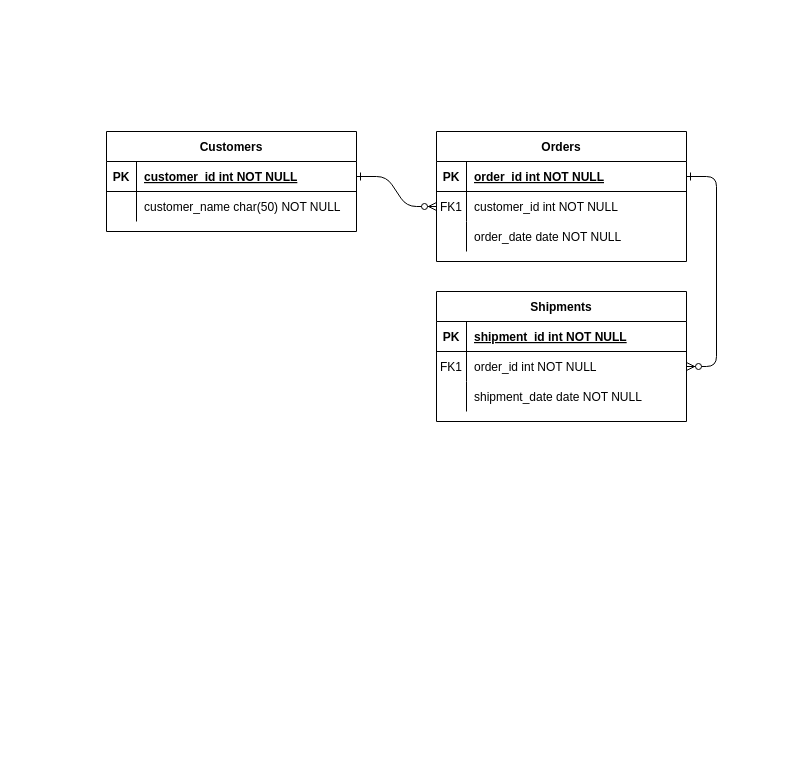
Before: Untitled Diagram.drawio in Emindu/dev_short_cut, a draw.io diagram. Source tidied: cells renumbered, new cells numbered last; positions are measured from the earlier drawing's top-left corner, leaving out a move shared by most shapes. Both pictures are drawn from the tidied source at 100%, with x=0, y=0 at pixel (106, 131).
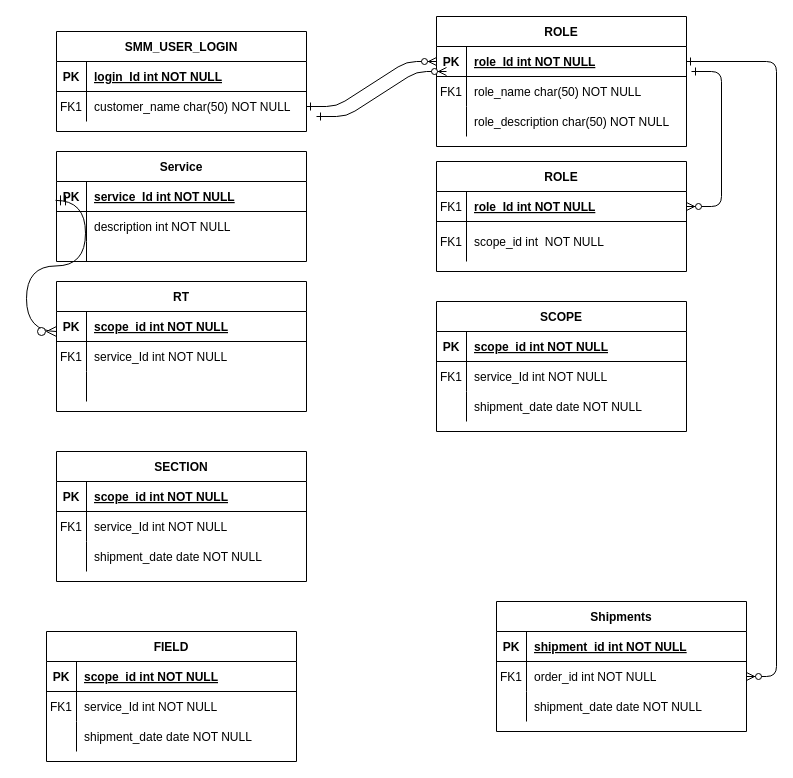
After the change.

Unchanged cells that the change refers to:
```xml
<mxCell id="5" style="shape=partialRectangle;fillColor=none;points=[[0,0.5],[1,0.5]];portConstraint=eastwest;top=0;left=0;right=0;bottom=1;" parent="4" vertex="1">
  <mxGeometry y="30" width="250" height="30" as="geometry" />
</mxCell>
<mxCell id="8" style="shape=partialRectangle;fillColor=none;points=[[0,0.5],[1,0.5]];portConstraint=eastwest;top=0;left=0;right=0;bottom=0;" parent="4" vertex="1">
  <mxGeometry y="60" width="250" height="30" as="geometry" />
</mxCell>
<mxCell id="11" style="shape=partialRectangle;fillColor=none;top=0;left=0;right=0;bottom=0;" parent="4" vertex="1">
  <mxGeometry y="90" width="250" height="30" as="geometry" />
</mxCell>
<mxCell id="25" style="shape=partialRectangle;fillColor=none;points=[[0,0.5],[1,0.5]];portConstraint=eastwest;top=0;left=0;right=0;bottom=1;" parent="24" vertex="1">
  <mxGeometry y="30" width="250" height="30" as="geometry" />
</mxCell>
<mxCell id="28" style="shape=partialRectangle;fillColor=none;points=[[0,0.5],[1,0.5]];portConstraint=eastwest;top=0;left=0;right=0;bottom=0;" parent="24" vertex="1">
  <mxGeometry y="60" width="250" height="30" as="geometry" />
</mxCell>
```

Change to the diagram source:
```diff
@@
-    <mxCell id="2" style="edgeStyle=entityRelationEdgeStyle;endArrow=ERzeroToMany;startArrow=ERone;endFill=1;startFill=0;" parent="1" edge="1" source="25" target="8">
+    <mxCell id="2" style="edgeStyle=entityRelationEdgeStyle;endArrow=ERzeroToMany;startArrow=ERone;endFill=1;startFill=0;exitX=1;exitY=0.5;exitDx=0;exitDy=0;entryX=0;entryY=0.5;entryDx=0;entryDy=0;" parent="1" edge="1" source="28" target="5">
       <mxGeometry relative="1" as="geometry" />
     </mxCell>
@@
-    <mxCell id="4" value="Orders" style="shape=table;startSize=30;childLayout=tableLayout;rowLines=0;fontStyle=1;align=center;" parent="1" vertex="1">
-      <mxGeometry x="330" width="250" height="130" as="geometry" />
+    <mxCell id="4" value="ROLE" style="shape=table;startSize=30;childLayout=tableLayout;rowLines=0;fontStyle=1;align=center;" parent="1" vertex="1">
+      <mxGeometry x="330" y="-115" width="250" height="130" as="geometry" />
     </mxCell>
@@
-    <mxCell id="7" value="order_id int NOT NULL " style="shape=partialRectangle;overflow=hidden;fillColor=none;top=0;left=0;bottom=0;right=0;align=left;spacingLeft=6;fontStyle=5;" parent="5" vertex="1">
+    <mxCell id="7" value="role_Id int NOT NULL " style="shape=partialRectangle;overflow=hidden;fillColor=none;top=0;left=0;bottom=0;right=0;align=left;spacingLeft=6;fontStyle=5;" parent="5" vertex="1">
       <mxGeometry x="30" width="220" height="30" as="geometry" />
     </mxCell>
@@
-    <mxCell id="10" value="customer_id int NOT NULL" style="shape=partialRectangle;overflow=hidden;fillColor=none;top=0;left=0;bottom=0;right=0;align=left;spacingLeft=6;" parent="8" vertex="1">
+    <mxCell id="10" value="role_name char(50) NOT NULL" style="shape=partialRectangle;overflow=hidden;fillColor=none;top=0;left=0;bottom=0;right=0;align=left;spacingLeft=6;" parent="8" vertex="1">
       <mxGeometry x="30" width="220" height="30" as="geometry" />
     </mxCell>
@@
-    <mxCell id="13" value="order_date date NOT NULL" style="shape=partialRectangle;overflow=hidden;fillColor=none;top=0;left=0;bottom=0;right=0;align=left;spacingLeft=6;" parent="11" vertex="1">
+    <mxCell id="13" value="role_description char(50) NOT NULL" style="shape=partialRectangle;overflow=hidden;fillColor=none;top=0;left=0;bottom=0;right=0;align=left;spacingLeft=6;" parent="11" vertex="1">
       <mxGeometry x="30" width="220" height="30" as="geometry" />
     </mxCell>
     <mxCell id="14" value="Shipments" style="shape=table;startSize=30;childLayout=tableLayout;rowLines=0;fontStyle=1;align=center;" parent="1" vertex="1">
-      <mxGeometry x="330" y="160" width="250" height="130" as="geometry" />
+      <mxGeometry x="390" y="470" width="250" height="130" as="geometry" />
     </mxCell>
@@
-    <mxCell id="24" value="Customers" style="shape=table;startSize=30;childLayout=tableLayout;rowLines=0;fontStyle=1;align=center;" parent="1" vertex="1">
-      <mxGeometry width="250" height="100" as="geometry" />
+    <mxCell id="24" value="SMM_USER_LOGIN" style="shape=table;startSize=30;childLayout=tableLayout;rowLines=0;fontStyle=1;align=center;" parent="1" vertex="1">
+      <mxGeometry x="-50" y="-100" width="250" height="100" as="geometry" />
     </mxCell>
@@
-    <mxCell id="27" value="customer_id int NOT NULL " style="shape=partialRectangle;overflow=hidden;fillColor=none;top=0;left=0;bottom=0;right=0;align=left;spacingLeft=6;fontStyle=5;" parent="25" vertex="1">
+    <mxCell id="27" value="login_Id int NOT NULL " style="shape=partialRectangle;overflow=hidden;fillColor=none;top=0;left=0;bottom=0;right=0;align=left;spacingLeft=6;fontStyle=5;" parent="25" vertex="1">
       <mxGeometry x="30" width="220" height="30" as="geometry" />
     </mxCell>
@@
+    <mxCell id="31" value="SCOPE" style="shape=table;startSize=30;childLayout=tableLayout;rowLines=0;fontStyle=1;align=center;" parent="1" vertex="1">
+      <mxGeometry x="330" y="170" width="250" height="130" as="geometry" />
+    </mxCell>
+    <mxCell id="32" style="shape=partialRectangle;fillColor=none;top=0;left=0;right=0;bottom=1;" parent="31" vertex="1">
+      <mxGeometry y="30" width="250" height="30" as="geometry" />
+    </mxCell>
+    <mxCell id="33" value="PK" style="shape=partialRectangle;overflow=hidden;fillColor=none;top=0;left=0;bottom=0;right=0;fontStyle=1;" parent="32" vertex="1">
+      <mxGeometry width="30" height="30" as="geometry" />
+    </mxCell>
+    <mxCell id="34" value="scope_id int NOT NULL " style="shape=partialRectangle;overflow=hidden;fillColor=none;top=0;left=0;bottom=0;right=0;align=left;spacingLeft=6;fontStyle=5;" parent="32" vertex="1">
+      <mxGeometry x="30" width="220" height="30" as="geometry" />
+    </mxCell>
+    <mxCell id="35" style="shape=partialRectangle;fillColor=none;top=0;left=0;right=0;bottom=0;" parent="31" vertex="1">
+      <mxGeometry y="60" width="250" height="30" as="geometry" />
+    </mxCell>
+    <mxCell id="36" value="FK1" style="shape=partialRectangle;overflow=hidden;fillColor=none;top=0;left=0;bottom=0;right=0;" parent="35" vertex="1">
+      <mxGeometry width="30" height="30" as="geometry" />
+    </mxCell>
+    <mxCell id="37" value="service_Id int NOT NULL" style="shape=partialRectangle;overflow=hidden;fillColor=none;top=0;left=0;bottom=0;right=0;align=left;spacingLeft=6;" parent="35" vertex="1">
+      <mxGeometry x="30" width="220" height="30" as="geometry" />
+    </mxCell>
+    <mxCell id="38" style="shape=partialRectangle;fillColor=none;top=0;left=0;right=0;bottom=0;" parent="31" vertex="1">
+      <mxGeometry y="90" width="250" height="30" as="geometry" />
+    </mxCell>
+    <mxCell id="39" style="shape=partialRectangle;overflow=hidden;fillColor=none;top=0;left=0;bottom=0;right=0;" parent="38" vertex="1">
+      <mxGeometry width="30" height="30" as="geometry" />
+    </mxCell>
+    <mxCell id="40" value="shipment_date date NOT NULL" style="shape=partialRectangle;overflow=hidden;fillColor=none;top=0;left=0;bottom=0;right=0;align=left;spacingLeft=6;" parent="38" vertex="1">
+      <mxGeometry x="30" width="220" height="30" as="geometry" />
+    </mxCell>
+    <mxCell id="41" value="FK1" style="shape=partialRectangle;overflow=hidden;fillColor=none;top=0;left=0;bottom=0;right=0;" parent="1" vertex="1">
+      <mxGeometry x="-50" y="-40" width="30" height="30" as="geometry" />
+    </mxCell>
+    <mxCell id="42" value="ROLE" style="shape=table;startSize=30;childLayout=tableLayout;rowLines=0;fontStyle=1;align=center;" parent="1" vertex="1">
+      <mxGeometry x="330" y="30" width="250" height="110" as="geometry" />
+    </mxCell>
+    <mxCell id="43" style="shape=partialRectangle;fillColor=none;points=[[0,0.5],[1,0.5]];portConstraint=eastwest;top=0;left=0;right=0;bottom=1;" parent="42" vertex="1">
+      <mxGeometry y="30" width="250" height="30" as="geometry" />
+    </mxCell>
+    <mxCell id="44" style="shape=partialRectangle;overflow=hidden;fillColor=none;top=0;left=0;bottom=0;right=0;fontStyle=1;" parent="43" vertex="1">
+      <mxGeometry width="30" height="30" as="geometry" />
+    </mxCell>
+    <mxCell id="45" value="role_Id int NOT NULL " style="shape=partialRectangle;overflow=hidden;fillColor=none;top=0;left=0;bottom=0;right=0;align=left;spacingLeft=6;fontStyle=5;" parent="43" vertex="1">
+      <mxGeometry x="30" width="220" height="30" as="geometry" />
+    </mxCell>
+    <mxCell id="46" style="shape=partialRectangle;fillColor=none;top=0;left=0;right=0;bottom=0;" parent="42" vertex="1">
+      <mxGeometry y="60" width="250" height="40" as="geometry" />
+    </mxCell>
+    <mxCell id="47" value="FK1" style="shape=partialRectangle;overflow=hidden;fillColor=none;top=0;left=0;bottom=0;right=0;" parent="46" vertex="1">
+      <mxGeometry width="30" height="40" as="geometry" />
+    </mxCell>
+    <mxCell id="48" value="scope_id int  NOT NULL" style="shape=partialRectangle;overflow=hidden;fillColor=none;top=0;left=0;bottom=0;right=0;align=left;spacingLeft=6;" parent="46" vertex="1">
+      <mxGeometry x="30" width="220" height="40" as="geometry" />
+    </mxCell>
+    <mxCell id="49" value="FK1" style="shape=partialRectangle;overflow=hidden;fillColor=none;top=0;left=0;bottom=0;right=0;" parent="1" vertex="1">
+      <mxGeometry x="330" y="60" width="30" height="30" as="geometry" />
+    </mxCell>
+    <mxCell id="50" style="edgeStyle=entityRelationEdgeStyle;endArrow=ERzeroToMany;startArrow=ERone;endFill=1;startFill=0;entryX=1;entryY=0.5;entryDx=0;entryDy=0;" parent="1" edge="1" target="43">
+      <mxGeometry relative="1" as="geometry">
+        <mxPoint x="585" y="-60" as="sourcePoint" />
+        <Array as="points">
+          <mxPoint x="275" />
+          <mxPoint x="455" y="40" />
+          <mxPoint x="475" y="40" />
+        </Array>
+      </mxGeometry>
+    </mxCell>
+    <mxCell id="51" value="SECTION" style="shape=table;startSize=30;childLayout=tableLayout;rowLines=0;fontStyle=1;align=center;" parent="1" vertex="1">
+      <mxGeometry x="-50" y="320" width="250" height="130" as="geometry" />
+    </mxCell>
+    <mxCell id="52" style="shape=partialRectangle;fillColor=none;top=0;left=0;right=0;bottom=1;" parent="51" vertex="1">
+      <mxGeometry y="30" width="250" height="30" as="geometry" />
+    </mxCell>
+    <mxCell id="53" value="PK" style="shape=partialRectangle;overflow=hidden;fillColor=none;top=0;left=0;bottom=0;right=0;fontStyle=1;" parent="52" vertex="1">
+      <mxGeometry width="30" height="30" as="geometry" />
+    </mxCell>
+    <mxCell id="54" value="scope_id int NOT NULL " style="shape=partialRectangle;overflow=hidden;fillColor=none;top=0;left=0;bottom=0;right=0;align=left;spacingLeft=6;fontStyle=5;" parent="52" vertex="1">
+      <mxGeometry x="30" width="220" height="30" as="geometry" />
+    </mxCell>
+    <mxCell id="55" style="shape=partialRectangle;fillColor=none;top=0;left=0;right=0;bottom=0;" parent="51" vertex="1">
+      <mxGeometry y="60" width="250" height="30" as="geometry" />
+    </mxCell>
+    <mxCell id="56" value="FK1" style="shape=partialRectangle;overflow=hidden;fillColor=none;top=0;left=0;bottom=0;right=0;" parent="55" vertex="1">
+      <mxGeometry width="30" height="30" as="geometry" />
+    </mxCell>
+    <mxCell id="57" value="service_Id int NOT NULL" style="shape=partialRectangle;overflow=hidden;fillColor=none;top=0;left=0;bottom=0;right=0;align=left;spacingLeft=6;" parent="55" vertex="1">
+      <mxGeometry x="30" width="220" height="30" as="geometry" />
+    </mxCell>
+    <mxCell id="58" style="shape=partialRectangle;fillColor=none;top=0;left=0;right=0;bottom=0;" parent="51" vertex="1">
+      <mxGeometry y="90" width="250" height="30" as="geometry" />
+    </mxCell>
+    <mxCell id="59" style="shape=partialRectangle;overflow=hidden;fillColor=none;top=0;left=0;bottom=0;right=0;" parent="58" vertex="1">
+      <mxGeometry width="30" height="30" as="geometry" />
+    </mxCell>
+    <mxCell id="60" value="shipment_date date NOT NULL" style="shape=partialRectangle;overflow=hidden;fillColor=none;top=0;left=0;bottom=0;right=0;align=left;spacingLeft=6;" parent="58" vertex="1">
+      <mxGeometry x="30" width="220" height="30" as="geometry" />
+    </mxCell>
+    <mxCell id="61" value="FIELD" style="shape=table;startSize=30;childLayout=tableLayout;rowLines=0;fontStyle=1;align=center;" parent="1" vertex="1">
+      <mxGeometry x="-60" y="500" width="250" height="130" as="geometry" />
+    </mxCell>
+    <mxCell id="62" style="shape=partialRectangle;fillColor=none;top=0;left=0;right=0;bottom=1;" parent="61" vertex="1">
+      <mxGeometry y="30" width="250" height="30" as="geometry" />
+    </mxCell>
+    <mxCell id="63" value="PK" style="shape=partialRectangle;overflow=hidden;fillColor=none;top=0;left=0;bottom=0;right=0;fontStyle=1;" parent="62" vertex="1">
+      <mxGeometry width="30" height="30" as="geometry" />
+    </mxCell>
+    <mxCell id="64" value="scope_id int NOT NULL " style="shape=partialRectangle;overflow=hidden;fillColor=none;top=0;left=0;bottom=0;right=0;align=left;spacingLeft=6;fontStyle=5;" parent="62" vertex="1">
+      <mxGeometry x="30" width="220" height="30" as="geometry" />
+    </mxCell>
+    <mxCell id="65" style="shape=partialRectangle;fillColor=none;top=0;left=0;right=0;bottom=0;" parent="61" vertex="1">
+      <mxGeometry y="60" width="250" height="30" as="geometry" />
+    </mxCell>
+    <mxCell id="66" value="FK1" style="shape=partialRectangle;overflow=hidden;fillColor=none;top=0;left=0;bottom=0;right=0;" parent="65" vertex="1">
+      <mxGeometry width="30" height="30" as="geometry" />
+    </mxCell>
+    <mxCell id="67" value="service_Id int NOT NULL" style="shape=partialRectangle;overflow=hidden;fillColor=none;top=0;left=0;bottom=0;right=0;align=left;spacingLeft=6;" parent="65" vertex="1">
+      <mxGeometry x="30" width="220" height="30" as="geometry" />
+    </mxCell>
+    <mxCell id="68" style="shape=partialRectangle;fillColor=none;top=0;left=0;right=0;bottom=0;" parent="61" vertex="1">
+      <mxGeometry y="90" width="250" height="30" as="geometry" />
+    </mxCell>
+    <mxCell id="69" style="shape=partialRectangle;overflow=hidden;fillColor=none;top=0;left=0;bottom=0;right=0;" parent="68" vertex="1">
+      <mxGeometry width="30" height="30" as="geometry" />
+    </mxCell>
+    <mxCell id="70" value="shipment_date date NOT NULL" style="shape=partialRectangle;overflow=hidden;fillColor=none;top=0;left=0;bottom=0;right=0;align=left;spacingLeft=6;" parent="68" vertex="1">
+      <mxGeometry x="30" width="220" height="30" as="geometry" />
+    </mxCell>
+    <mxCell id="71" value="Service" style="shape=table;startSize=30;childLayout=tableLayout;rowLines=0;fontStyle=1;align=center;" parent="1" vertex="1">
+      <mxGeometry x="-50" y="20" width="250" height="110" as="geometry" />
+    </mxCell>
+    <mxCell id="72" style="shape=partialRectangle;fillColor=none;points=[[0,0.5],[1,0.5]];portConstraint=eastwest;top=0;left=0;right=0;bottom=1;" parent="71" vertex="1">
+      <mxGeometry y="30" width="250" height="30" as="geometry" />
+    </mxCell>
+    <mxCell id="73" value="PK" style="shape=partialRectangle;overflow=hidden;fillColor=none;top=0;left=0;bottom=0;right=0;fontStyle=1;" parent="72" vertex="1">
+      <mxGeometry width="30" height="30" as="geometry" />
+    </mxCell>
+    <mxCell id="74" value="service_Id int NOT NULL " style="shape=partialRectangle;overflow=hidden;fillColor=none;top=0;left=0;bottom=0;right=0;align=left;spacingLeft=6;fontStyle=5;" parent="72" vertex="1">
+      <mxGeometry x="30" width="220" height="30" as="geometry" />
+    </mxCell>
+    <mxCell id="75" style="shape=partialRectangle;fillColor=none;top=0;left=0;right=0;bottom=0;" parent="71" vertex="1">
+      <mxGeometry y="60" width="250" height="30" as="geometry" />
+    </mxCell>
+    <mxCell id="76" style="shape=partialRectangle;overflow=hidden;fillColor=none;top=0;left=0;bottom=0;right=0;" parent="75" vertex="1">
+      <mxGeometry width="30" height="30" as="geometry" />
+    </mxCell>
+    <mxCell id="77" value="description int NOT NULL" style="shape=partialRectangle;overflow=hidden;fillColor=none;top=0;left=0;bottom=0;right=0;align=left;spacingLeft=6;" parent="75" vertex="1">
+      <mxGeometry x="30" width="220" height="30" as="geometry" />
+    </mxCell>
+    <mxCell id="78" style="shape=partialRectangle;fillColor=none;top=0;left=0;right=0;bottom=0;" parent="71" vertex="1">
+      <mxGeometry y="90" width="250" height="20" as="geometry" />
+    </mxCell>
+    <mxCell id="79" style="shape=partialRectangle;overflow=hidden;fillColor=none;top=0;left=0;bottom=0;right=0;" parent="78" vertex="1">
+      <mxGeometry width="30" height="20" as="geometry" />
+    </mxCell>
+    <mxCell id="80" style="shape=partialRectangle;overflow=hidden;fillColor=none;top=0;left=0;bottom=0;right=0;align=left;spacingLeft=6;" parent="78" vertex="1">
+      <mxGeometry x="30" width="220" height="20" as="geometry" />
+    </mxCell>
+    <mxCell id="81" style="shape=partialRectangle;overflow=hidden;fillColor=none;top=0;left=0;bottom=0;right=0;" parent="1" vertex="1">
+      <mxGeometry x="-90" y="280" width="30" height="30" as="geometry" />
+    </mxCell>
+    <mxCell id="82" value="RT" style="shape=table;startSize=30;childLayout=tableLayout;rowLines=0;fontStyle=1;align=center;" parent="1" vertex="1">
+      <mxGeometry x="-50" y="150" width="250" height="130" as="geometry" />
+    </mxCell>
+    <mxCell id="83" style="shape=partialRectangle;fillColor=none;top=0;left=0;right=0;bottom=1;" parent="82" vertex="1">
+      <mxGeometry y="30" width="250" height="30" as="geometry" />
+    </mxCell>
+    <mxCell id="84" value="PK" style="shape=partialRectangle;overflow=hidden;fillColor=none;top=0;left=0;bottom=0;right=0;fontStyle=1;" parent="83" vertex="1">
+      <mxGeometry width="30" height="30" as="geometry" />
+    </mxCell>
+    <mxCell id="85" value="scope_id int NOT NULL " style="shape=partialRectangle;overflow=hidden;fillColor=none;top=0;left=0;bottom=0;right=0;align=left;spacingLeft=6;fontStyle=5;" parent="83" vertex="1">
+      <mxGeometry x="30" width="220" height="30" as="geometry" />
+    </mxCell>
+    <mxCell id="86" style="shape=partialRectangle;fillColor=none;top=0;left=0;right=0;bottom=0;" parent="82" vertex="1">
+      <mxGeometry y="60" width="250" height="30" as="geometry" />
+    </mxCell>
+    <mxCell id="87" value="FK1" style="shape=partialRectangle;overflow=hidden;fillColor=none;top=0;left=0;bottom=0;right=0;" parent="86" vertex="1">
+      <mxGeometry width="30" height="30" as="geometry" />
+    </mxCell>
+    <mxCell id="88" value="service_Id int NOT NULL" style="shape=partialRectangle;overflow=hidden;fillColor=none;top=0;left=0;bottom=0;right=0;align=left;spacingLeft=6;" parent="86" vertex="1">
+      <mxGeometry x="30" width="220" height="30" as="geometry" />
+    </mxCell>
+    <mxCell id="89" style="shape=partialRectangle;fillColor=none;top=0;left=0;right=0;bottom=0;" parent="82" vertex="1">
+      <mxGeometry y="90" width="250" height="30" as="geometry" />
+    </mxCell>
+    <mxCell id="90" style="shape=partialRectangle;overflow=hidden;fillColor=none;top=0;left=0;bottom=0;right=0;" parent="89" vertex="1">
+      <mxGeometry width="30" height="30" as="geometry" />
+    </mxCell>
+    <mxCell id="91" style="shape=partialRectangle;overflow=hidden;fillColor=none;top=0;left=0;bottom=0;right=0;align=left;spacingLeft=6;" parent="89" vertex="1">
+      <mxGeometry x="30" width="220" height="30" as="geometry" />
+    </mxCell>
+    <mxCell id="92" style="edgeStyle=entityRelationEdgeStyle;endArrow=ERzeroToMany;startArrow=ERone;endFill=1;startFill=0;exitX=1;exitY=0.5;exitDx=0;exitDy=0;entryX=0;entryY=0.5;entryDx=0;entryDy=0;" parent="1" edge="1">
+      <mxGeometry relative="1" as="geometry">
+        <mxPoint x="210" y="-15" as="sourcePoint" />
+        <mxPoint x="340" y="-60" as="targetPoint" />
+      </mxGeometry>
+    </mxCell>
+    <mxCell id="93" style="edgeStyle=entityRelationEdgeStyle;fontSize=12;html=1;endArrow=ERzeroToMany;startArrow=ERmandOne;rounded=0;startSize=8;endSize=8;curved=1;exitX=-0.004;exitY=0.629;exitDx=0;exitDy=0;exitPerimeter=0;" parent="1" edge="1" source="72">
+      <mxGeometry relative="1" as="geometry">
+        <mxPoint x="-50" y="200" as="targetPoint" />
+        <Array as="points">
+          <mxPoint y="60" />
+          <mxPoint x="-40" y="90" />
+          <mxPoint x="-20" y="60" />
+          <mxPoint x="-110" y="160" />
+          <mxPoint y="60" />
+          <mxPoint x="-120" y="150" />
+        </Array>
+      </mxGeometry>
+    </mxCell>
```
